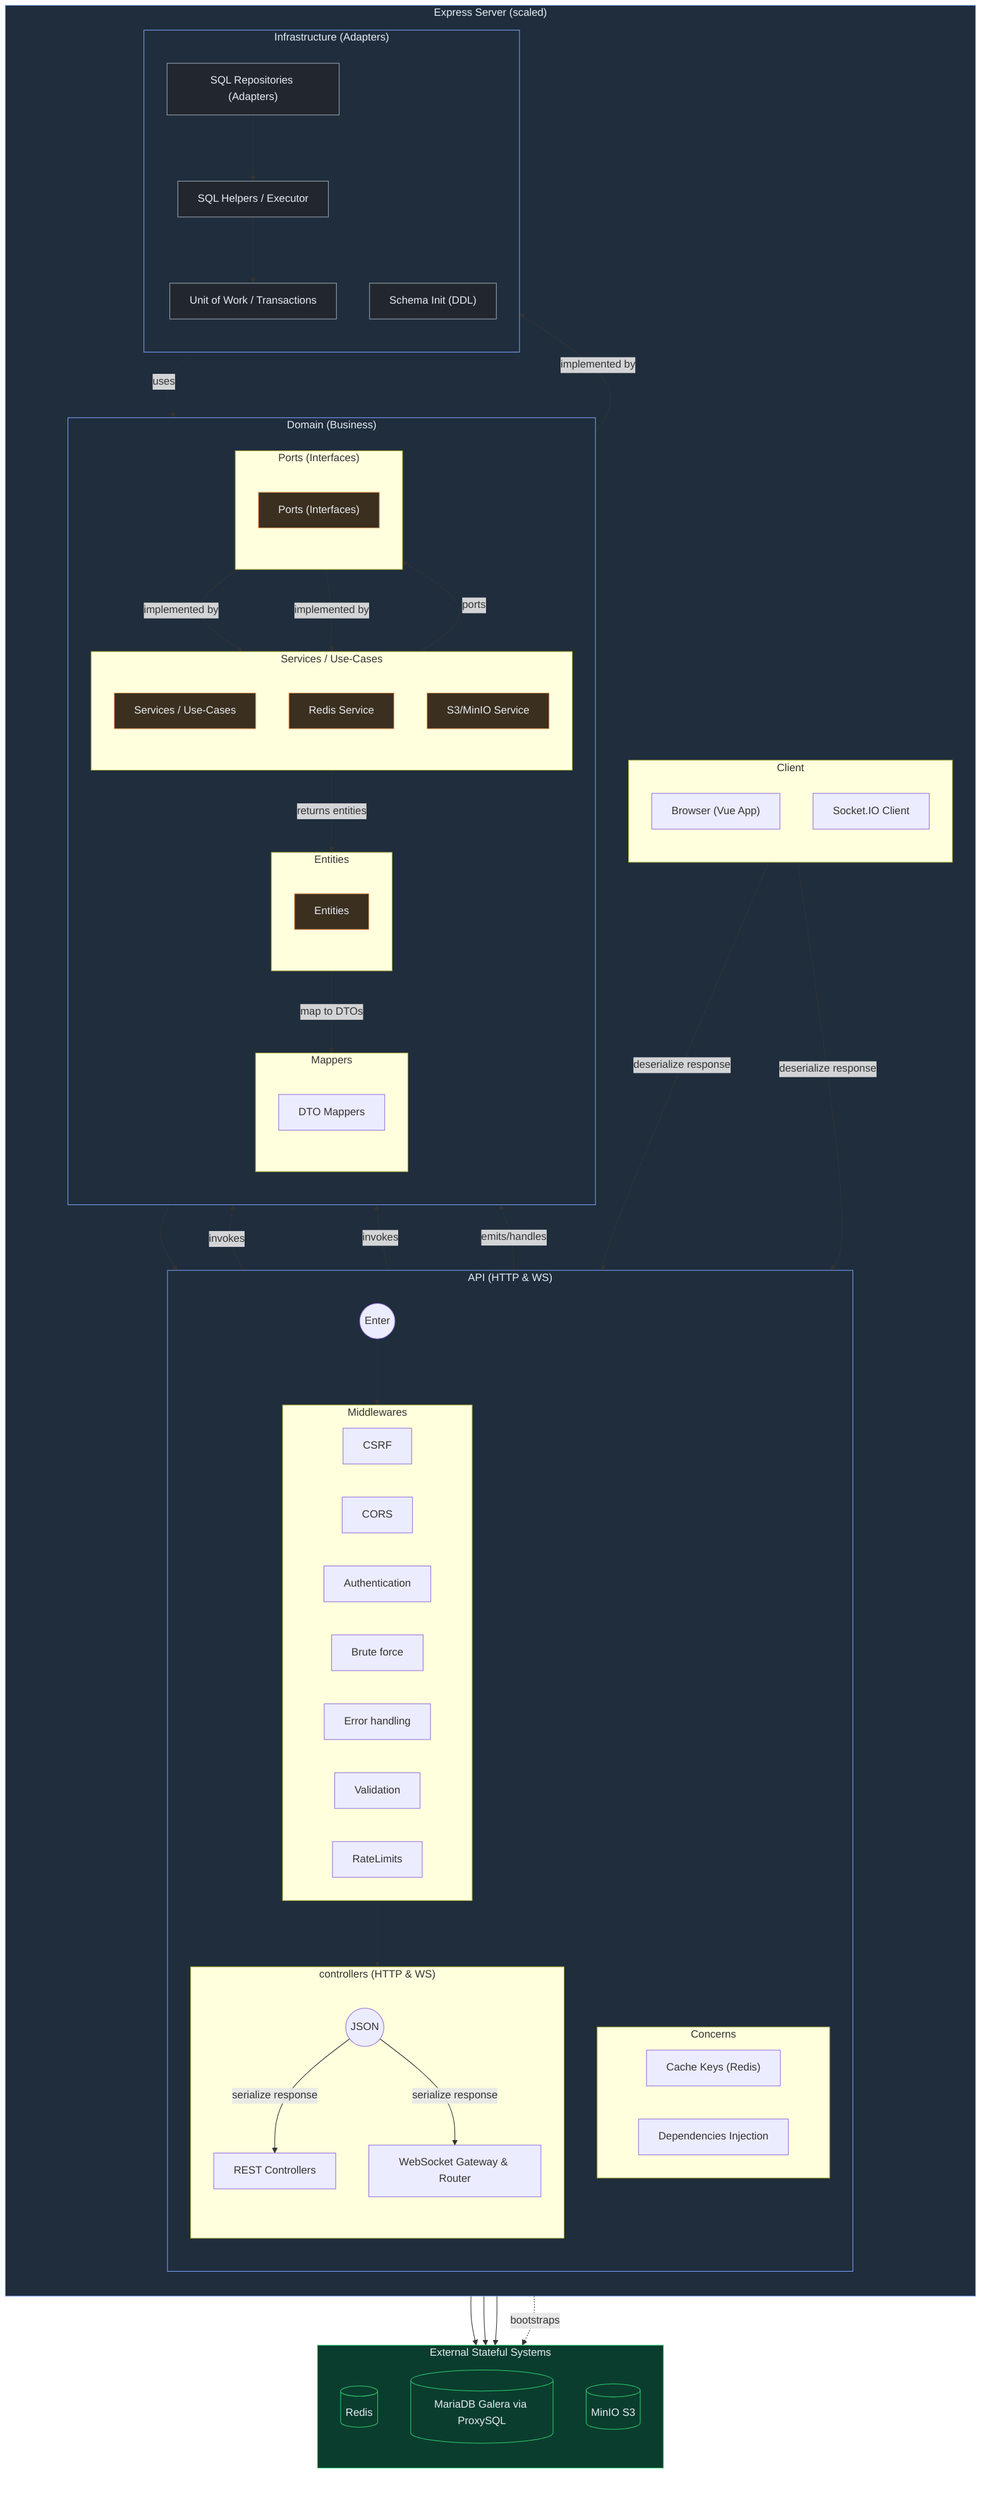
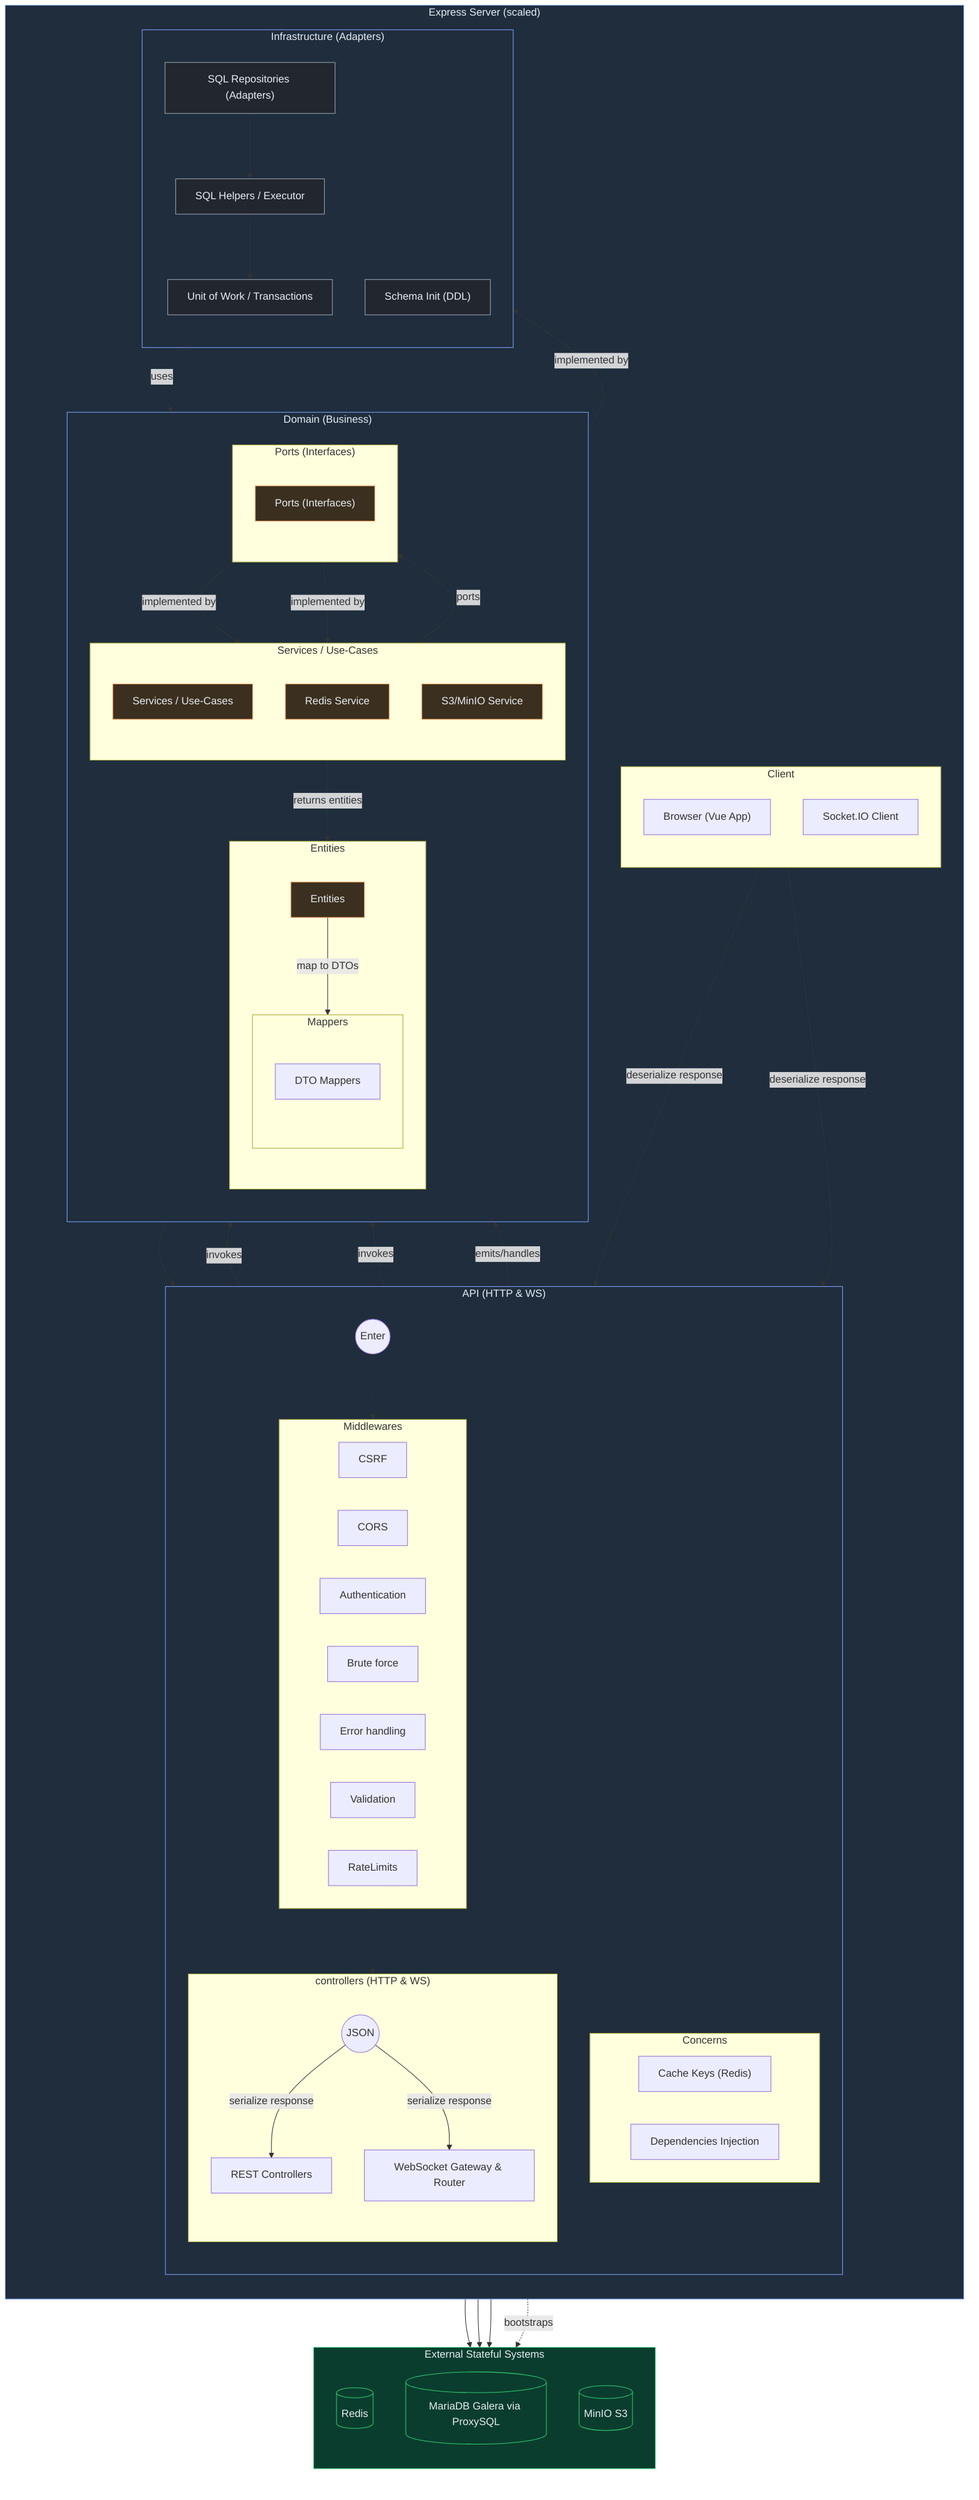
flowchart TB
  subgraph Server["Express Server (scaled)"]
    direction TB

    subgraph Client["Client"]
      direction TB
      Browser["Browser (Vue App)"]
      SocketClient["Socket.IO Client"]
    end

    subgraph API["API (HTTP & WS)"]
      direction TB
      E["Enter"]
      subgraph Concerns["Concerns"]
        CACHEK["Cache Keys (Redis)"]
        DI["Dependencies Injection"]
      end
      subgraph Middlewares["Middlewares"]
        CSRFN["CSRF"]
        CORSN["CORS"]
        AUTH["Authentication"]
        BRFR["Brute force"]
        ERR["Error handling"]
        VAL["Validation"]
        RATES["RateLimits"]
      end
      subgraph Controllers["controllers (HTTP & WS)"]
        direction TB
        J["JSON"]

        REST["REST Controllers"]
        WS["WebSocket Gateway & Router"]
      end

    end

    subgraph Domain["Domain (Business)"]
      direction TB

      subgraph Entities["Entities"]
        direction TB
        ENT["Entities"]
+         subgraph Mappers["Mappers"]
+           direction TB
+           DTO["DTO Mappers"]
+         end
      end
-       subgraph Mappers["Mappers"]
-         direction TB
-         DTO["DTO Mappers"]
-       end
+ 
      subgraph Services["Services / Use-Cases"]
        direction TB
        SRV["Services / Use-Cases"]
        REDIS["Redis Service"]
        S3["S3/MinIO Service"]
      end
+ 
      subgraph Ports["Ports (Interfaces)"]
        direction TB
        IF["Ports (Interfaces)"]
      end
    end

    subgraph Infra["Infrastructure (Adapters)"]
      direction TB
      DBRepos["SQL Repositories (Adapters)"]
      SQL["SQL Helpers / Executor"]
      UOW["Unit of Work / Transactions"]
      MIGR["Schema Init (DDL)"]
    end
  end

  subgraph Data["External Stateful Systems"]
    direction TB
    RDS[("Redis")]
    DB[("MariaDB Galera via ProxySQL")]
    MINIO[("MinIO S3")]
  end

  REST -->|invokes| SRV
  WS -->|emits/handles| SRV
  SRV -->|returns entities| ENT
  ENT -->|map to DTOs| DTO
  DTO --> J(( JSON ))
  J -->|serialize response| REST
  J -->|serialize response| WS
  Browser -->|deserialize response| E(( Enter ))
  SocketClient -->|deserialize response| E(( Enter ))
  E(( Enter )) -.-> Middlewares
  Middlewares -.-> Controllers
  Middlewares -->|invokes| SRV
  SRV -->|ports| Ports
  Ports -->|implemented by| DBRepos
  IF -->|implemented by| REDIS --> RDS
  IF -->|implemented by| S3 --> MINIO
  DBRepos --> SQL --> DB
  SQL --> UOW
  DBRepos -.uses .-> ENT
  MIGR -.bootstraps .-> DB

  %% Visual styles (dark-friendly)
  classDef comp fill:#1f2d3d,stroke:#7aa2f7,stroke-width:1px,color:#e6edf3
  classDef state fill:#0b3d2e,stroke:#2ecc71,stroke-width:1px,color:#e6edf3
  classDef dom fill:#3b2f1f,stroke:#f4a261,stroke-width:1px,color:#e6edf3
  classDef adp fill:#22262e,stroke:#9aa5b1,stroke-width:1px,color:#e6edf3

  class Server,API,Domain,Infra comp
  class Data,RDS,DB,MINIO state
  class ENT,SRV,IF,REDIS,S3 dom
  class DBRepos,SQL,MIGR,UOW adp
